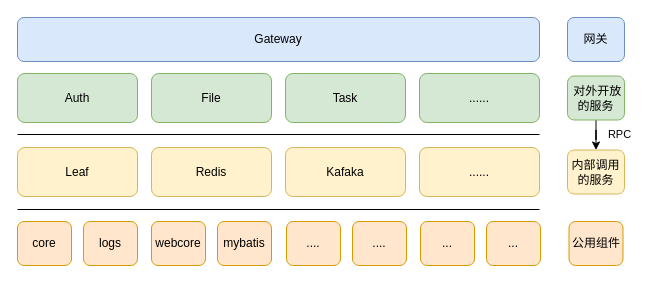
wojiaojsjzs/data-hamal keeps this draw.io diagram as page "组件结构图" (1 of 4) of data-hamal.drawio. Above is the earlier version. Source tidied: cells renumbered, new cells numbered last; positions are measured from the earlier drawing's top-left corner, leaving out a move shared by most shapes. Both pictures are drawn from the tidied source at 100%, with x=0, y=0 at pixel (17, 17).
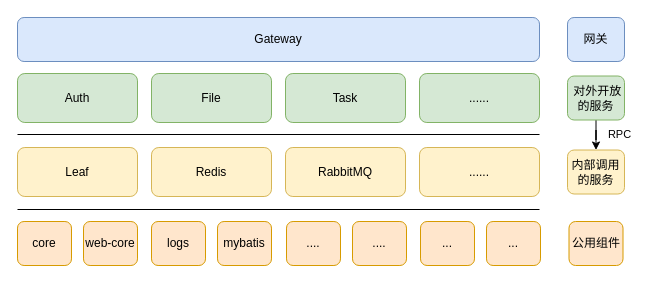
The same page after the edit.

What changed in the source:
```diff
@@
-    <mxCell id="10" value="Kafaka" style="rounded=1;whiteSpace=wrap;html=1;fillColor=#fff2cc;strokeColor=#d6b656;" parent="1" vertex="1">
+    <mxCell id="10" value="RabbitMQ" style="rounded=1;whiteSpace=wrap;html=1;fillColor=#fff2cc;strokeColor=#d6b656;" parent="1" vertex="1">
       <mxGeometry x="268" y="130" width="120" height="49" as="geometry" />
     </mxCell>
@@
-    <mxCell id="19" value="logs" style="rounded=1;whiteSpace=wrap;html=1;fillColor=#ffe6cc;strokeColor=#d79b00;" parent="1" vertex="1">
+    <mxCell id="19" value="web-core" style="rounded=1;whiteSpace=wrap;html=1;fillColor=#ffe6cc;strokeColor=#d79b00;" parent="1" vertex="1">
       <mxGeometry x="66" y="204" width="54" height="44" as="geometry" />
     </mxCell>
-    <mxCell id="20" value="webcore" style="rounded=1;whiteSpace=wrap;html=1;fillColor=#ffe6cc;strokeColor=#d79b00;" parent="1" vertex="1">
+    <mxCell id="20" value="logs" style="rounded=1;whiteSpace=wrap;html=1;fillColor=#ffe6cc;strokeColor=#d79b00;" parent="1" vertex="1">
       <mxGeometry x="134" y="204" width="54" height="44" as="geometry" />
     </mxCell>
```
